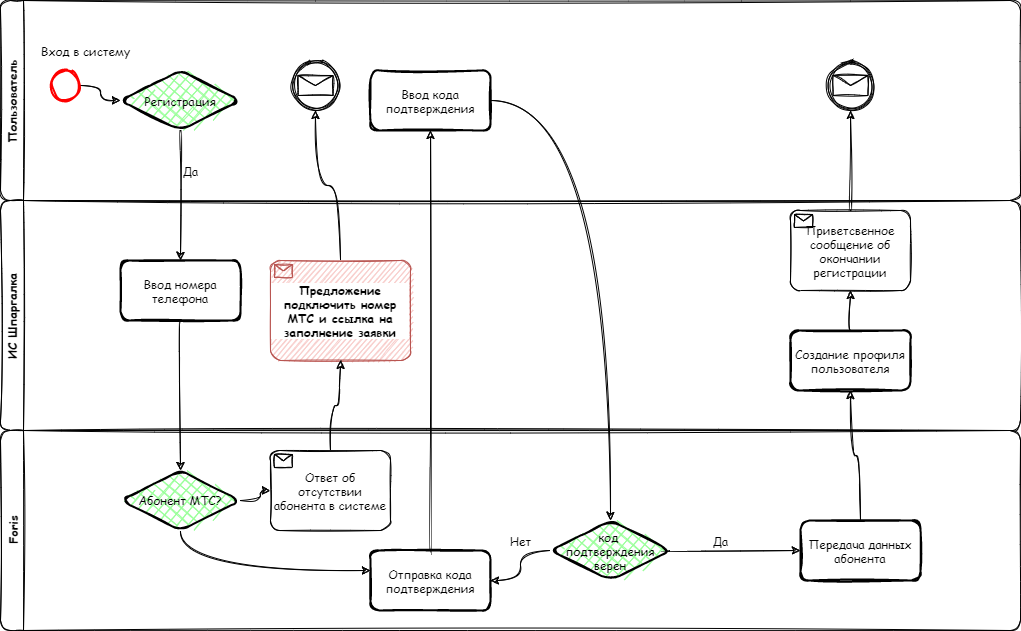
Earlier version of the draw.io export регистрация.png (NotZorro/Kata-MTS). Source tidied: cells renumbered, new cells last; positions are measured from the earlier drawing's top-left corner, leaving out a move shared by most shapes. Source of this version:
```xml
<mxGraphModel background="#ffffff">
  <root>
    <mxCell id="0" />
    <mxCell id="1" parent="0" />
    <mxCell id="2" value="Пользователь" style="swimlane;horizontal=0;fontFamily=Comic Sans MS;sketch=1;rounded=1;" parent="1" vertex="1">
      <mxGeometry width="1020" height="200" as="geometry" />
    </mxCell>
    <mxCell id="3" style="edgeStyle=orthogonalEdgeStyle;rounded=1;jettySize=auto;html=1;fontFamily=Helvetica;fontSize=12;fontColor=default;sketch=1;curved=1;" parent="2" edge="1" source="4" target="6">
      <mxGeometry relative="1" as="geometry" />
    </mxCell>
    <mxCell id="4" style="strokeWidth=2;html=1;shape=mxgraph.flowchart.start_2;whiteSpace=wrap;labelBackgroundColor=none;labelBorderColor=none;gradientColor=none;sketch=1;strokeColor=#FF0000;rounded=1;" parent="2" vertex="1">
      <mxGeometry x="50" y="70" width="30" height="30" as="geometry" />
    </mxCell>
    <mxCell id="5" value="Вход в систему" style="text;html=1;align=center;verticalAlign=middle;strokeColor=none;fillColor=none;fontFamily=Comic Sans MS;rounded=1;" parent="2" vertex="1">
      <mxGeometry x="35" y="40" width="100" height="20" as="geometry" />
    </mxCell>
    <mxCell id="6" value="Регистрация" style="rhombus;whiteSpace=wrap;html=1;strokeWidth=2;fillWeight=-1;hachureGap=8;fillStyle=cross-hatch;fillColor=#99FF99;sketch=1;fontFamily=Comic Sans MS;rounded=1;" parent="2" vertex="1">
      <mxGeometry x="120" y="70" width="120" height="60" as="geometry" />
    </mxCell>
    <mxCell id="7" value="Ввод кода подтверждения" style="whiteSpace=wrap;html=1;fillColor=none;strokeWidth=2;fillWeight=-1;hachureGap=8;fillStyle=cross-hatch;sketch=1;rounded=1;fontFamily=Comic Sans MS;" parent="2" vertex="1">
      <mxGeometry x="370" y="70" width="120" height="60" as="geometry" />
    </mxCell>
    <mxCell id="8" style="points=[[0.145,0.145,0],[0.5,0,0],[0.855,0.145,0],[1,0.5,0],[0.855,0.855,0],[0.5,1,0],[0.145,0.855,0],[0,0.5,0]];shape=mxgraph.bpmn.event;html=1;verticalLabelPosition=bottom;labelBackgroundColor=#ffffff;verticalAlign=top;align=center;perimeter=ellipsePerimeter;outlineConnect=0;outline=catching;symbol=message;rounded=1;sketch=1;fontFamily=Comic Sans MS;fontSize=12;fontColor=#FF3333;strokeColor=#000000;fillColor=none;gradientColor=none;" parent="2" vertex="1">
      <mxGeometry x="290" y="60" width="50" height="50" as="geometry" />
    </mxCell>
    <mxCell id="9" style="points=[[0.145,0.145,0],[0.5,0,0],[0.855,0.145,0],[1,0.5,0],[0.855,0.855,0],[0.5,1,0],[0.145,0.855,0],[0,0.5,0]];shape=mxgraph.bpmn.event;html=1;verticalLabelPosition=bottom;labelBackgroundColor=#ffffff;verticalAlign=top;align=center;perimeter=ellipsePerimeter;outlineConnect=0;outline=catching;symbol=message;rounded=1;sketch=1;fontFamily=Comic Sans MS;fontSize=12;fontColor=#FF3333;strokeColor=#000000;fillColor=none;gradientColor=none;" parent="2" vertex="1">
      <mxGeometry x="825" y="60" width="50" height="50" as="geometry" />
    </mxCell>
    <mxCell id="10" value="ИС Шпаргалка" style="swimlane;horizontal=0;fontFamily=Comic Sans MS;sketch=1;rounded=1;" parent="1" vertex="1">
      <mxGeometry y="200" width="1020" height="230" as="geometry" />
    </mxCell>
    <mxCell id="11" value="Ввод номера телефона" style="rounded=1;whiteSpace=wrap;html=1;strokeWidth=2;fillWeight=4;hachureGap=8;hachureAngle=45;fillColor=none;sketch=1;labelBackgroundColor=none;labelBorderColor=none;fillStyle=hachure;strokeColor=#000000;fontFamily=Comic Sans MS;" parent="10" vertex="1">
      <mxGeometry x="120" y="60" width="120" height="60" as="geometry" />
    </mxCell>
    <mxCell id="12" value="Предложение подключить номер МТС и ссылка на заполнение заявки" style="points=[[0.25,0,0],[0.5,0,0],[0.75,0,0],[1,0.25,0],[1,0.5,0],[1,0.75,0],[0.75,1,0],[0.5,1,0],[0.25,1,0],[0,0.75,0],[0,0.5,0],[0,0.25,0]];shape=mxgraph.bpmn.task;whiteSpace=wrap;rectStyle=rounded;size=10;taskMarker=receive;rounded=1;sketch=1;fontFamily=Comic Sans MS;fontSize=12;strokeColor=#b85450;fillColor=#f8cecc;html=1;fontStyle=1;labelBackgroundColor=default;" parent="10" vertex="1">
      <mxGeometry x="270" y="60" width="140" height="100" as="geometry" />
    </mxCell>
    <mxCell id="13" value="Создание профиля пользователя" style="whiteSpace=wrap;html=1;fontFamily=Comic Sans MS;fillColor=none;fontColor=default;strokeWidth=2;fillWeight=-1;hachureGap=8;fillStyle=cross-hatch;sketch=1;rounded=1;" parent="10" vertex="1">
      <mxGeometry x="790" y="130" width="120" height="60" as="geometry" />
    </mxCell>
    <mxCell id="14" value="Приветсвенное сообщение об окончании регистрации" style="points=[[0.25,0,0],[0.5,0,0],[0.75,0,0],[1,0.25,0],[1,0.5,0],[1,0.75,0],[0.75,1,0],[0.5,1,0],[0.25,1,0],[0,0.75,0],[0,0.5,0],[0,0.25,0]];shape=mxgraph.bpmn.task;whiteSpace=wrap;rectStyle=rounded;size=10;taskMarker=receive;rounded=1;sketch=1;fontFamily=Comic Sans MS;fontSize=12;fontColor=default;strokeColor=#000000;fillColor=none;gradientColor=none;html=1;" parent="10" vertex="1">
      <mxGeometry x="790" y="10" width="120" height="80" as="geometry" />
    </mxCell>
    <mxCell id="15" style="edgeStyle=orthogonalEdgeStyle;curved=1;rounded=1;sketch=1;jettySize=auto;html=1;fontFamily=Comic Sans MS;fontSize=12;fontColor=default;entryX=0.5;entryY=1;entryDx=0;entryDy=0;entryPerimeter=0;" parent="10" edge="1" source="13" target="14">
      <mxGeometry relative="1" as="geometry" />
    </mxCell>
    <mxCell id="16" value="Foris" style="swimlane;horizontal=0;startSize=23;fontFamily=Comic Sans MS;html=1;sketch=1;rounded=1;whiteSpace=wrap;" parent="1" vertex="1">
      <mxGeometry y="430" width="1020" height="200" as="geometry" />
    </mxCell>
    <mxCell id="17" style="edgeStyle=orthogonalEdgeStyle;curved=1;rounded=1;sketch=1;jettySize=auto;html=1;fontFamily=Comic Sans MS;fontSize=12;fontColor=default;" parent="16" edge="1" source="18" target="21">
      <mxGeometry relative="1" as="geometry" />
    </mxCell>
    <mxCell id="18" value="&lt;font face=&quot;Comic Sans MS&quot;&gt;Абонент МТС?&lt;/font&gt;" style="rhombus;whiteSpace=wrap;html=1;strokeWidth=2;fillWeight=-1;hachureGap=8;fillStyle=cross-hatch;fillColor=#99FF99;sketch=1;fontFamily=Helvetica;fontSize=12;fontColor=default;rounded=1;" parent="16" vertex="1">
      <mxGeometry x="120" y="40" width="120" height="60" as="geometry" />
    </mxCell>
    <mxCell id="19" value="Отправка кода подтверждения" style="whiteSpace=wrap;html=1;fillColor=none;strokeWidth=2;fillWeight=-1;hachureGap=8;fillStyle=cross-hatch;sketch=1;rounded=1;fontFamily=Comic Sans MS;" parent="16" vertex="1">
      <mxGeometry x="370" y="120" width="120" height="60" as="geometry" />
    </mxCell>
    <mxCell id="20" style="edgeStyle=orthogonalEdgeStyle;curved=1;rounded=1;sketch=1;jettySize=auto;html=1;fontFamily=Comic Sans MS;fontSize=12;fontColor=default;exitX=0.5;exitY=1;exitDx=0;exitDy=0;" parent="16" edge="1" source="18" target="19">
      <mxGeometry relative="1" as="geometry">
        <Array as="points">
          <mxPoint x="180" y="140" />
        </Array>
      </mxGeometry>
    </mxCell>
    <mxCell id="21" value="Ответ об отсутствии абонента в системе" style="points=[[0.25,0,0],[0.5,0,0],[0.75,0,0],[1,0.25,0],[1,0.5,0],[1,0.75,0],[0.75,1,0],[0.5,1,0],[0.25,1,0],[0,0.75,0],[0,0.5,0],[0,0.25,0]];shape=mxgraph.bpmn.task;whiteSpace=wrap;rectStyle=rounded;size=10;taskMarker=receive;rounded=1;sketch=1;fontFamily=Comic Sans MS;fontSize=12;fontColor=default;strokeColor=#000000;fillColor=none;gradientColor=none;html=1;" parent="16" vertex="1">
      <mxGeometry x="270" y="20" width="120" height="80" as="geometry" />
    </mxCell>
    <mxCell id="22" style="edgeStyle=orthogonalEdgeStyle;curved=1;rounded=1;sketch=1;jettySize=auto;html=1;entryX=1;entryY=0.5;entryDx=0;entryDy=0;fontFamily=Comic Sans MS;fontSize=12;fontColor=#000000;" parent="16" edge="1" source="23" target="19">
      <mxGeometry relative="1" as="geometry" />
    </mxCell>
    <mxCell id="23" value="&lt;font color=&quot;#000000&quot;&gt;код &lt;br&gt;подтверждения верен&lt;/font&gt;" style="rhombus;whiteSpace=wrap;html=1;strokeWidth=2;fillWeight=-1;hachureGap=8;fillStyle=cross-hatch;fillColor=#99FF99;sketch=1;rounded=1;fontFamily=Comic Sans MS;fontSize=12;fontColor=#FF3333;" parent="16" vertex="1">
      <mxGeometry x="550" y="90" width="120" height="60" as="geometry" />
    </mxCell>
    <mxCell id="24" value="Нет" style="text;html=1;align=center;verticalAlign=middle;strokeColor=none;fillColor=none;fontSize=12;fontFamily=Comic Sans MS;fontColor=default;" parent="16" vertex="1">
      <mxGeometry x="500" y="100" width="40" height="20" as="geometry" />
    </mxCell>
    <mxCell id="25" style="edgeStyle=orthogonalEdgeStyle;rounded=1;jettySize=auto;html=1;entryX=0.5;entryY=0;entryDx=0;entryDy=0;fontFamily=Helvetica;fontSize=12;fontColor=default;sketch=1;curved=1;" parent="1" edge="1" source="6" target="11">
      <mxGeometry relative="1" as="geometry" />
    </mxCell>
    <mxCell id="26" value="Да" style="text;html=1;align=center;verticalAlign=middle;strokeColor=none;fillColor=none;fontSize=12;fontFamily=Comic Sans MS;fontColor=default;rounded=1;" parent="1" vertex="1">
      <mxGeometry x="175" y="160" width="30" height="20" as="geometry" />
    </mxCell>
    <mxCell id="27" style="edgeStyle=orthogonalEdgeStyle;rounded=1;sketch=1;jettySize=auto;html=1;entryX=0.5;entryY=0;entryDx=0;entryDy=0;fontFamily=Comic Sans MS;fontSize=12;fontColor=default;curved=1;" parent="1" edge="1" source="11" target="18">
      <mxGeometry relative="1" as="geometry" />
    </mxCell>
    <mxCell id="28" style="edgeStyle=orthogonalEdgeStyle;curved=1;rounded=1;sketch=1;jettySize=auto;html=1;fontFamily=Comic Sans MS;fontSize=12;fontColor=default;" parent="1" edge="1" source="19" target="7">
      <mxGeometry relative="1" as="geometry" />
    </mxCell>
    <mxCell id="29" style="edgeStyle=orthogonalEdgeStyle;curved=1;rounded=1;sketch=1;jettySize=auto;html=1;entryX=0.5;entryY=1;entryDx=0;entryDy=0;entryPerimeter=0;fontFamily=Comic Sans MS;fontSize=12;fontColor=#FF3333;" parent="1" edge="1" source="21" target="12">
      <mxGeometry relative="1" as="geometry" />
    </mxCell>
    <mxCell id="30" style="edgeStyle=orthogonalEdgeStyle;curved=1;rounded=1;sketch=1;jettySize=auto;html=1;entryX=0.5;entryY=1;entryDx=0;entryDy=0;entryPerimeter=0;fontFamily=Comic Sans MS;fontSize=12;fontColor=#FF3333;" parent="1" edge="1" source="12" target="8">
      <mxGeometry relative="1" as="geometry" />
    </mxCell>
    <mxCell id="31" style="edgeStyle=orthogonalEdgeStyle;curved=1;rounded=1;sketch=1;jettySize=auto;html=1;fontFamily=Comic Sans MS;fontSize=12;fontColor=none;" parent="1" edge="1" source="32" target="13">
      <mxGeometry relative="1" as="geometry" />
    </mxCell>
    <mxCell id="32" value="Передача данных абонента" style="whiteSpace=wrap;html=1;fontFamily=Comic Sans MS;fillColor=none;fontColor=default;strokeWidth=2;fillWeight=-1;hachureGap=8;fillStyle=cross-hatch;sketch=1;rounded=1;" parent="1" vertex="1">
      <mxGeometry x="800" y="520" width="120" height="60" as="geometry" />
    </mxCell>
    <mxCell id="33" style="edgeStyle=orthogonalEdgeStyle;curved=1;rounded=1;sketch=1;jettySize=auto;html=1;fontFamily=Comic Sans MS;fontSize=12;fontColor=#000000;" parent="1" edge="1" source="23" target="32">
      <mxGeometry relative="1" as="geometry" />
    </mxCell>
    <mxCell id="34" style="edgeStyle=orthogonalEdgeStyle;curved=1;rounded=1;sketch=1;jettySize=auto;html=1;entryX=0.5;entryY=1;entryDx=0;entryDy=0;entryPerimeter=0;fontFamily=Comic Sans MS;fontSize=12;fontColor=default;" parent="1" edge="1" source="14" target="9">
      <mxGeometry relative="1" as="geometry" />
    </mxCell>
    <mxCell id="35" style="edgeStyle=orthogonalEdgeStyle;curved=1;rounded=1;sketch=1;jettySize=auto;html=1;entryX=0.5;entryY=0;entryDx=0;entryDy=0;fontFamily=Comic Sans MS;fontSize=12;fontColor=default;" parent="1" edge="1" source="7" target="23">
      <mxGeometry relative="1" as="geometry" />
    </mxCell>
    <mxCell id="36" value="Да" style="text;html=1;align=center;verticalAlign=middle;strokeColor=none;fillColor=none;fontSize=12;fontFamily=Comic Sans MS;fontColor=default;" parent="1" vertex="1">
      <mxGeometry x="705" y="530" width="30" height="20" as="geometry" />
    </mxCell>
  </root>
</mxGraphModel>
```
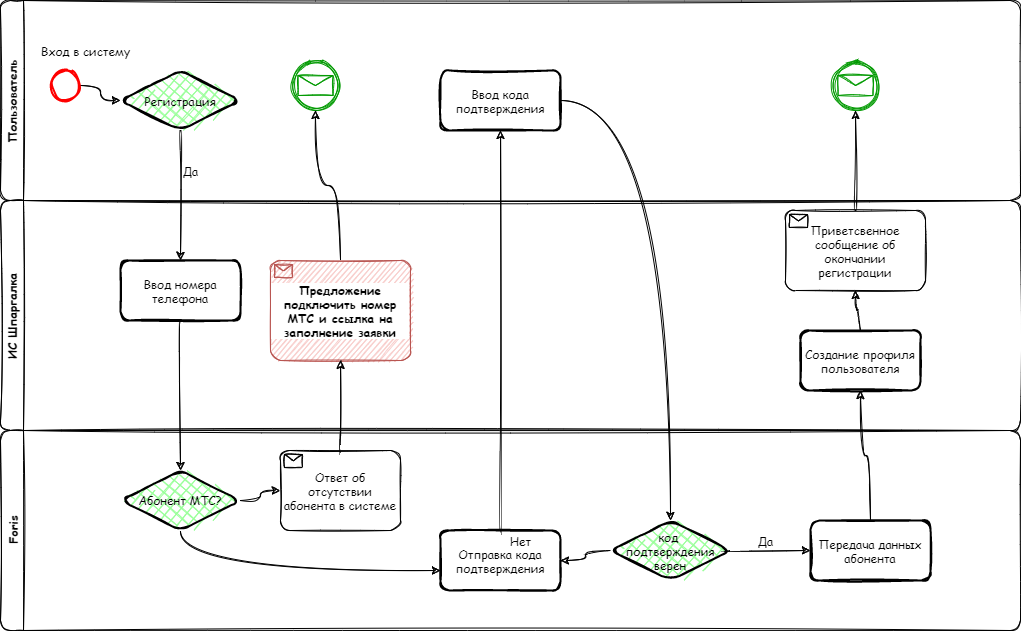
After the commit.

Diff of the diagram source:
```diff
@@ -18,13 +18,13 @@
       <mxGeometry x="120" y="70" width="120" height="60" as="geometry" />
     </mxCell>
     <mxCell id="7" value="Ввод кода подтверждения" style="whiteSpace=wrap;html=1;fillColor=none;strokeWidth=2;fillWeight=-1;hachureGap=8;fillStyle=cross-hatch;sketch=1;rounded=1;fontFamily=Comic Sans MS;" parent="2" vertex="1">
-      <mxGeometry x="370" y="70" width="120" height="60" as="geometry" />
+      <mxGeometry x="440" y="70" width="120" height="60" as="geometry" />
     </mxCell>
-    <mxCell id="8" style="points=[[0.145,0.145,0],[0.5,0,0],[0.855,0.145,0],[1,0.5,0],[0.855,0.855,0],[0.5,1,0],[0.145,0.855,0],[0,0.5,0]];shape=mxgraph.bpmn.event;html=1;verticalLabelPosition=bottom;labelBackgroundColor=#ffffff;verticalAlign=top;align=center;perimeter=ellipsePerimeter;outlineConnect=0;outline=catching;symbol=message;rounded=1;sketch=1;fontFamily=Comic Sans MS;fontSize=12;fontColor=#FF3333;strokeColor=#000000;fillColor=none;gradientColor=none;" parent="2" vertex="1">
+    <mxCell id="8" style="points=[[0.145,0.145,0],[0.5,0,0],[0.855,0.145,0],[1,0.5,0],[0.855,0.855,0],[0.5,1,0],[0.145,0.855,0],[0,0.5,0]];shape=mxgraph.bpmn.event;html=1;verticalLabelPosition=bottom;labelBackgroundColor=#ffffff;verticalAlign=top;align=center;perimeter=ellipsePerimeter;outlineConnect=0;outline=catching;symbol=message;rounded=1;sketch=1;fontFamily=Comic Sans MS;fontSize=12;fontColor=#FF3333;strokeColor=#009900;fillColor=none;gradientColor=none;" parent="2" vertex="1">
       <mxGeometry x="290" y="60" width="50" height="50" as="geometry" />
     </mxCell>
-    <mxCell id="9" style="points=[[0.145,0.145,0],[0.5,0,0],[0.855,0.145,0],[1,0.5,0],[0.855,0.855,0],[0.5,1,0],[0.145,0.855,0],[0,0.5,0]];shape=mxgraph.bpmn.event;html=1;verticalLabelPosition=bottom;labelBackgroundColor=#ffffff;verticalAlign=top;align=center;perimeter=ellipsePerimeter;outlineConnect=0;outline=catching;symbol=message;rounded=1;sketch=1;fontFamily=Comic Sans MS;fontSize=12;fontColor=#FF3333;strokeColor=#000000;fillColor=none;gradientColor=none;" parent="2" vertex="1">
-      <mxGeometry x="825" y="60" width="50" height="50" as="geometry" />
+    <mxCell id="9" style="points=[[0.145,0.145,0],[0.5,0,0],[0.855,0.145,0],[1,0.5,0],[0.855,0.855,0],[0.5,1,0],[0.145,0.855,0],[0,0.5,0]];shape=mxgraph.bpmn.event;html=1;verticalLabelPosition=bottom;labelBackgroundColor=#ffffff;verticalAlign=top;align=center;perimeter=ellipsePerimeter;outlineConnect=0;outline=catching;symbol=message;rounded=1;sketch=1;fontFamily=Comic Sans MS;fontSize=12;fontColor=#FF3333;strokeColor=#009900;fillColor=none;gradientColor=none;" parent="2" vertex="1">
+      <mxGeometry x="830" y="60" width="50" height="50" as="geometry" />
     </mxCell>
     <mxCell id="10" value="ИС Шпаргалка" style="swimlane;horizontal=0;fontFamily=Comic Sans MS;sketch=1;rounded=1;" parent="1" vertex="1">
       <mxGeometry y="200" width="1020" height="230" as="geometry" />
@@ -36,10 +36,10 @@
       <mxGeometry x="270" y="60" width="140" height="100" as="geometry" />
     </mxCell>
     <mxCell id="13" value="Создание профиля пользователя" style="whiteSpace=wrap;html=1;fontFamily=Comic Sans MS;fillColor=none;fontColor=default;strokeWidth=2;fillWeight=-1;hachureGap=8;fillStyle=cross-hatch;sketch=1;rounded=1;" parent="10" vertex="1">
-      <mxGeometry x="790" y="130" width="120" height="60" as="geometry" />
+      <mxGeometry x="800" y="130" width="120" height="60" as="geometry" />
     </mxCell>
     <mxCell id="14" value="Приветсвенное сообщение об окончании регистрации" style="points=[[0.25,0,0],[0.5,0,0],[0.75,0,0],[1,0.25,0],[1,0.5,0],[1,0.75,0],[0.75,1,0],[0.5,1,0],[0.25,1,0],[0,0.75,0],[0,0.5,0],[0,0.25,0]];shape=mxgraph.bpmn.task;whiteSpace=wrap;rectStyle=rounded;size=10;taskMarker=receive;rounded=1;sketch=1;fontFamily=Comic Sans MS;fontSize=12;fontColor=default;strokeColor=#000000;fillColor=none;gradientColor=none;html=1;" parent="10" vertex="1">
-      <mxGeometry x="790" y="10" width="120" height="80" as="geometry" />
+      <mxGeometry x="785" y="10" width="140" height="80" as="geometry" />
     </mxCell>
     <mxCell id="15" style="edgeStyle=orthogonalEdgeStyle;curved=1;rounded=1;sketch=1;jettySize=auto;html=1;fontFamily=Comic Sans MS;fontSize=12;fontColor=default;entryX=0.5;entryY=1;entryDx=0;entryDy=0;entryPerimeter=0;" parent="10" edge="1" source="13" target="14">
       <mxGeometry relative="1" as="geometry" />
@@ -54,7 +54,7 @@
       <mxGeometry x="120" y="40" width="120" height="60" as="geometry" />
     </mxCell>
     <mxCell id="19" value="Отправка кода подтверждения" style="whiteSpace=wrap;html=1;fillColor=none;strokeWidth=2;fillWeight=-1;hachureGap=8;fillStyle=cross-hatch;sketch=1;rounded=1;fontFamily=Comic Sans MS;" parent="16" vertex="1">
-      <mxGeometry x="370" y="120" width="120" height="60" as="geometry" />
+      <mxGeometry x="440" y="100" width="120" height="60" as="geometry" />
     </mxCell>
     <mxCell id="20" style="edgeStyle=orthogonalEdgeStyle;curved=1;rounded=1;sketch=1;jettySize=auto;html=1;fontFamily=Comic Sans MS;fontSize=12;fontColor=default;exitX=0.5;exitY=1;exitDx=0;exitDy=0;" parent="16" edge="1" source="18" target="19">
       <mxGeometry relative="1" as="geometry">
@@ -64,17 +64,26 @@
       </mxGeometry>
     </mxCell>
     <mxCell id="21" value="Ответ об отсутствии абонента в системе" style="points=[[0.25,0,0],[0.5,0,0],[0.75,0,0],[1,0.25,0],[1,0.5,0],[1,0.75,0],[0.75,1,0],[0.5,1,0],[0.25,1,0],[0,0.75,0],[0,0.5,0],[0,0.25,0]];shape=mxgraph.bpmn.task;whiteSpace=wrap;rectStyle=rounded;size=10;taskMarker=receive;rounded=1;sketch=1;fontFamily=Comic Sans MS;fontSize=12;fontColor=default;strokeColor=#000000;fillColor=none;gradientColor=none;html=1;" parent="16" vertex="1">
-      <mxGeometry x="270" y="20" width="120" height="80" as="geometry" />
+      <mxGeometry x="280" y="20" width="120" height="80" as="geometry" />
     </mxCell>
     <mxCell id="22" style="edgeStyle=orthogonalEdgeStyle;curved=1;rounded=1;sketch=1;jettySize=auto;html=1;entryX=1;entryY=0.5;entryDx=0;entryDy=0;fontFamily=Comic Sans MS;fontSize=12;fontColor=#000000;" parent="16" edge="1" source="23" target="19">
       <mxGeometry relative="1" as="geometry" />
     </mxCell>
     <mxCell id="23" value="&lt;font color=&quot;#000000&quot;&gt;код &lt;br&gt;подтверждения верен&lt;/font&gt;" style="rhombus;whiteSpace=wrap;html=1;strokeWidth=2;fillWeight=-1;hachureGap=8;fillStyle=cross-hatch;fillColor=#99FF99;sketch=1;rounded=1;fontFamily=Comic Sans MS;fontSize=12;fontColor=#FF3333;" parent="16" vertex="1">
-      <mxGeometry x="550" y="90" width="120" height="60" as="geometry" />
+      <mxGeometry x="610" y="90" width="120" height="60" as="geometry" />
     </mxCell>
     <mxCell id="24" value="Нет" style="text;html=1;align=center;verticalAlign=middle;strokeColor=none;fillColor=none;fontSize=12;fontFamily=Comic Sans MS;fontColor=default;" parent="16" vertex="1">
       <mxGeometry x="500" y="100" width="40" height="20" as="geometry" />
     </mxCell>
+    <mxCell id="36" value="Да" style="text;html=1;align=center;verticalAlign=middle;strokeColor=none;fillColor=none;fontSize=12;fontFamily=Comic Sans MS;fontColor=default;" parent="16" vertex="1">
+      <mxGeometry x="750" y="100" width="30" height="20" as="geometry" />
+    </mxCell>
+    <mxCell id="32" value="Передача данных абонента" style="whiteSpace=wrap;html=1;fontFamily=Comic Sans MS;fillColor=none;fontColor=default;strokeWidth=2;fillWeight=-1;hachureGap=8;fillStyle=cross-hatch;sketch=1;rounded=1;" parent="16" vertex="1">
+      <mxGeometry x="810" y="90" width="120" height="60" as="geometry" />
+    </mxCell>
+    <mxCell id="33" style="edgeStyle=orthogonalEdgeStyle;curved=1;rounded=1;sketch=1;jettySize=auto;html=1;fontFamily=Comic Sans MS;fontSize=12;fontColor=#000000;" parent="16" edge="1" source="23" target="32">
+      <mxGeometry relative="1" as="geometry" />
+    </mxCell>
     <mxCell id="25" style="edgeStyle=orthogonalEdgeStyle;rounded=1;jettySize=auto;html=1;entryX=0.5;entryY=0;entryDx=0;entryDy=0;fontFamily=Helvetica;fontSize=12;fontColor=default;sketch=1;curved=1;" parent="1" edge="1" source="6" target="11">
       <mxGeometry relative="1" as="geometry" />
     </mxCell>
@@ -96,20 +105,11 @@
     <mxCell id="31" style="edgeStyle=orthogonalEdgeStyle;curved=1;rounded=1;sketch=1;jettySize=auto;html=1;fontFamily=Comic Sans MS;fontSize=12;fontColor=none;" parent="1" edge="1" source="32" target="13">
       <mxGeometry relative="1" as="geometry" />
     </mxCell>
-    <mxCell id="32" value="Передача данных абонента" style="whiteSpace=wrap;html=1;fontFamily=Comic Sans MS;fillColor=none;fontColor=default;strokeWidth=2;fillWeight=-1;hachureGap=8;fillStyle=cross-hatch;sketch=1;rounded=1;" parent="1" vertex="1">
-      <mxGeometry x="800" y="520" width="120" height="60" as="geometry" />
-    </mxCell>
-    <mxCell id="33" style="edgeStyle=orthogonalEdgeStyle;curved=1;rounded=1;sketch=1;jettySize=auto;html=1;fontFamily=Comic Sans MS;fontSize=12;fontColor=#000000;" parent="1" edge="1" source="23" target="32">
-      <mxGeometry relative="1" as="geometry" />
-    </mxCell>
     <mxCell id="34" style="edgeStyle=orthogonalEdgeStyle;curved=1;rounded=1;sketch=1;jettySize=auto;html=1;entryX=0.5;entryY=1;entryDx=0;entryDy=0;entryPerimeter=0;fontFamily=Comic Sans MS;fontSize=12;fontColor=default;" parent="1" edge="1" source="14" target="9">
       <mxGeometry relative="1" as="geometry" />
     </mxCell>
     <mxCell id="35" style="edgeStyle=orthogonalEdgeStyle;curved=1;rounded=1;sketch=1;jettySize=auto;html=1;entryX=0.5;entryY=0;entryDx=0;entryDy=0;fontFamily=Comic Sans MS;fontSize=12;fontColor=default;" parent="1" edge="1" source="7" target="23">
       <mxGeometry relative="1" as="geometry" />
     </mxCell>
-    <mxCell id="36" value="Да" style="text;html=1;align=center;verticalAlign=middle;strokeColor=none;fillColor=none;fontSize=12;fontFamily=Comic Sans MS;fontColor=default;" parent="1" vertex="1">
-      <mxGeometry x="705" y="530" width="30" height="20" as="geometry" />
-    </mxCell>
   </root>
 </mxGraphModel>
```
